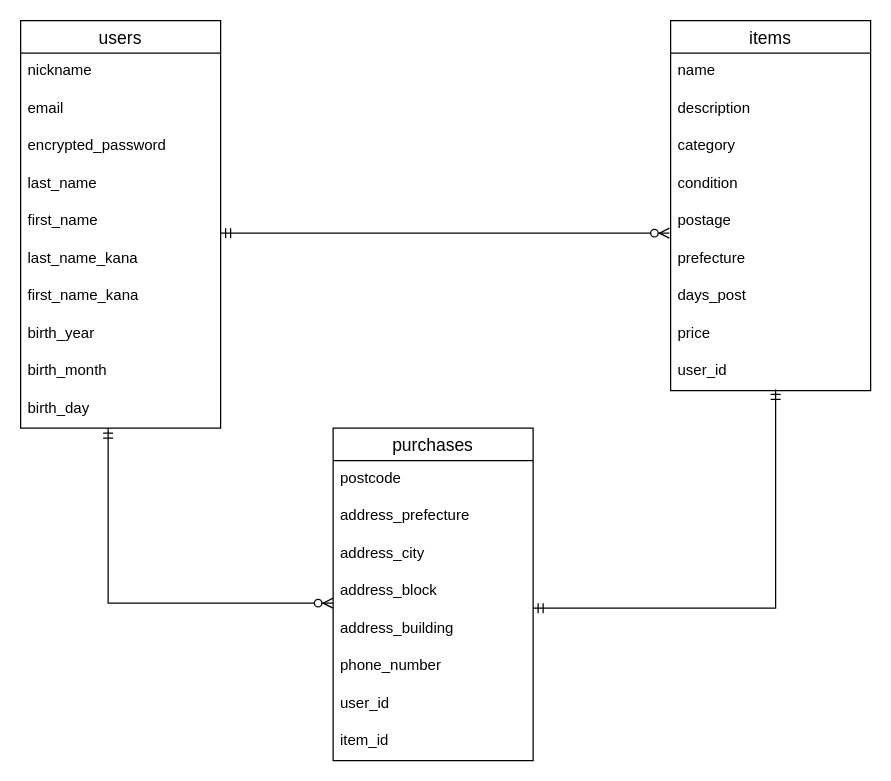
Asami119/furima-37158 keeps this draw.io diagram as page "ページ1" (1 of 2) of er.dio. Above is the earlier version. Source tidied: cells renumbered, new cells numbered last; positions are measured from the earlier drawing's top-left corner, leaving out a move shared by most shapes. Both pictures are drawn from the tidied source at 125%, with x=0, y=0 at pixel (20, 20).
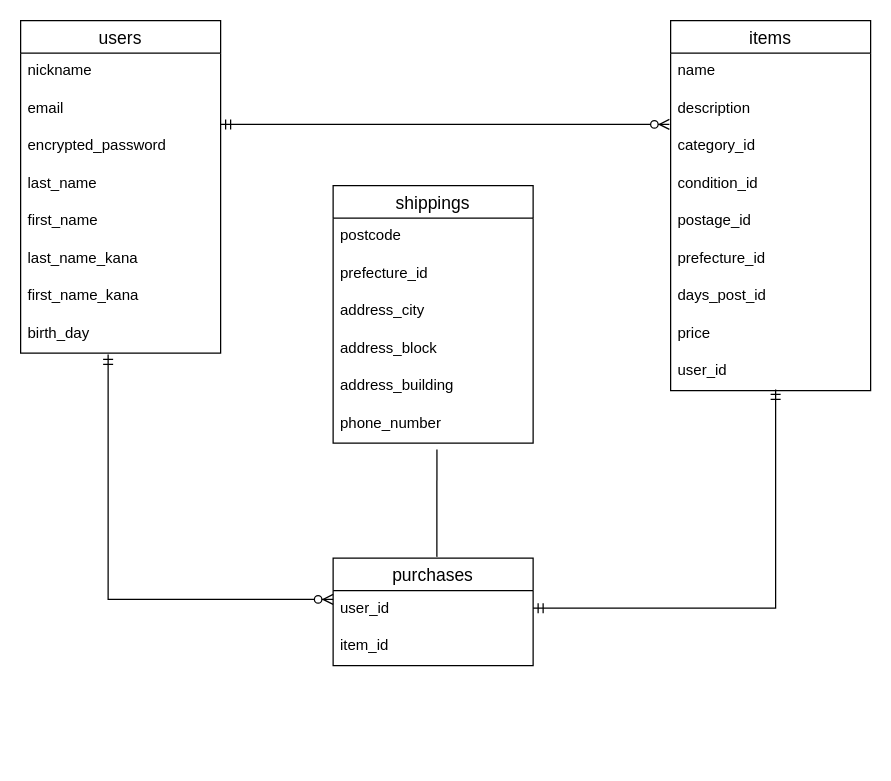
After the change.

Commit message (it also covers changes not shown here):
DB設計（修正5点）

Unchanged cells that the change refers to:
```xml
<mxCell id="13" value="items" style="swimlane;fontStyle=0;horizontal=1;startSize=26;align=center;fontSize=14;" parent="1" vertex="1">
  <mxGeometry x="520" width="160" height="296" as="geometry" />
</mxCell>
<mxCell id="29" value="phone_number" style="text;strokeColor=none;fillColor=none;spacingLeft=4;spacingRight=4;overflow=hidden;points=[[0,0.5],[1,0.5]];portConstraint=eastwest;fontSize=12;" parent="23" vertex="1">
  <mxGeometry y="176" width="160" height="30" as="geometry" />
</mxCell>
```

Diff of the diagram source:
```diff
@@
     <mxCell id="2" value="users" style="swimlane;fontStyle=0;horizontal=1;startSize=26;align=center;fontSize=14;" parent="1" vertex="1">
-      <mxGeometry width="160" height="326" as="geometry" />
+      <mxGeometry width="160" height="266" as="geometry" />
     </mxCell>
@@
-    <mxCell id="10" value="birth_year" style="text;strokeColor=none;fillColor=none;spacingLeft=4;spacingRight=4;overflow=hidden;fontSize=12;" parent="2" vertex="1">
-      <mxGeometry y="236" width="160" height="30" as="geometry" />
-    </mxCell>
-    <mxCell id="11" value="birth_month" style="text;strokeColor=none;fillColor=none;spacingLeft=4;spacingRight=4;overflow=hidden;fontSize=12;" parent="2" vertex="1">
-      <mxGeometry y="266" width="160" height="30" as="geometry" />
-    </mxCell>
     <mxCell id="12" value="birth_day" style="text;strokeColor=none;fillColor=none;spacingLeft=4;spacingRight=4;overflow=hidden;fontSize=12;" parent="2" vertex="1">
-      <mxGeometry y="296" width="160" height="30" as="geometry" />
+      <mxGeometry y="236" width="160" height="30" as="geometry" />
     </mxCell>
@@
-    <mxCell id="16" value="category" style="text;strokeColor=none;fillColor=none;spacingLeft=4;spacingRight=4;overflow=hidden;fontSize=12;" parent="13" vertex="1">
+    <mxCell id="16" value="category_id" style="text;strokeColor=none;fillColor=none;spacingLeft=4;spacingRight=4;overflow=hidden;fontSize=12;" parent="13" vertex="1">
       <mxGeometry y="86" width="160" height="30" as="geometry" />
     </mxCell>
-    <mxCell id="17" value="condition" style="text;strokeColor=none;fillColor=none;spacingLeft=4;spacingRight=4;overflow=hidden;fontSize=12;" parent="13" vertex="1">
+    <mxCell id="17" value="condition_id" style="text;strokeColor=none;fillColor=none;spacingLeft=4;spacingRight=4;overflow=hidden;fontSize=12;" parent="13" vertex="1">
       <mxGeometry y="116" width="160" height="30" as="geometry" />
     </mxCell>
-    <mxCell id="18" value="postage" style="text;strokeColor=none;fillColor=none;spacingLeft=4;spacingRight=4;overflow=hidden;points=[[0,0.5],[1,0.5]];portConstraint=eastwest;fontSize=12;" parent="13" vertex="1">
+    <mxCell id="18" value="postage_id" style="text;strokeColor=none;fillColor=none;spacingLeft=4;spacingRight=4;overflow=hidden;points=[[0,0.5],[1,0.5]];portConstraint=eastwest;fontSize=12;" parent="13" vertex="1">
       <mxGeometry y="146" width="160" height="30" as="geometry" />
     </mxCell>
-    <mxCell id="19" value="prefecture" style="text;strokeColor=none;fillColor=none;spacingLeft=4;spacingRight=4;overflow=hidden;fontSize=12;" parent="13" vertex="1">
+    <mxCell id="19" value="prefecture_id" style="text;strokeColor=none;fillColor=none;spacingLeft=4;spacingRight=4;overflow=hidden;fontSize=12;" parent="13" vertex="1">
       <mxGeometry y="176" width="160" height="30" as="geometry" />
     </mxCell>
-    <mxCell id="20" value="days_post" style="text;strokeColor=none;fillColor=none;spacingLeft=4;spacingRight=4;overflow=hidden;fontSize=12;" parent="13" vertex="1">
+    <mxCell id="20" value="days_post_id" style="text;strokeColor=none;fillColor=none;spacingLeft=4;spacingRight=4;overflow=hidden;fontSize=12;" parent="13" vertex="1">
       <mxGeometry y="206" width="160" height="30" as="geometry" />
     </mxCell>
@@
-    <mxCell id="23" value="purchases" style="swimlane;fontStyle=0;horizontal=1;startSize=26;align=center;fontSize=14;" parent="1" vertex="1">
-      <mxGeometry x="250" y="326" width="160" height="266" as="geometry" />
+    <mxCell id="23" value="shippings" style="swimlane;fontStyle=0;horizontal=1;startSize=26;align=center;fontSize=14;" parent="1" vertex="1">
+      <mxGeometry x="250" y="132" width="160" height="206" as="geometry" />
     </mxCell>
@@
-    <mxCell id="25" value="address_prefecture" style="text;strokeColor=none;fillColor=none;spacingLeft=4;spacingRight=4;overflow=hidden;fontSize=12;" parent="23" vertex="1">
+    <mxCell id="25" value="prefecture_id" style="text;strokeColor=none;fillColor=none;spacingLeft=4;spacingRight=4;overflow=hidden;fontSize=12;" parent="23" vertex="1">
       <mxGeometry y="56" width="160" height="30" as="geometry" />
     </mxCell>
@@
-    <mxCell id="30" value="user_id" style="text;strokeColor=none;fillColor=none;spacingLeft=4;spacingRight=4;overflow=hidden;fontSize=12;" parent="23" vertex="1">
-      <mxGeometry y="206" width="160" height="30" as="geometry" />
-    </mxCell>
-    <mxCell id="31" value="item_id" style="text;strokeColor=none;fillColor=none;spacingLeft=4;spacingRight=4;overflow=hidden;fontSize=12;" parent="23" vertex="1">
-      <mxGeometry y="236" width="160" height="30" as="geometry" />
-    </mxCell>
@@
-    <mxCell id="33" style="edgeStyle=entityRelationEdgeStyle;fontSize=12;html=1;endArrow=ERzeroToMany;startArrow=ERmandOne;rounded=0;horizontal=1;entryX=-0.006;entryY=0.8;entryDx=0;entryDy=0;entryPerimeter=0;" parent="1" edge="1" target="18">
+    <mxCell id="33" style="edgeStyle=entityRelationEdgeStyle;fontSize=12;html=1;endArrow=ERzeroToMany;startArrow=ERmandOne;rounded=0;horizontal=1;entryX=-0.006;entryY=0.8;entryDx=0;entryDy=0;entryPerimeter=0;" parent="1" edge="1">
       <mxGeometry relative="1" as="geometry">
-        <mxPoint x="160" y="170" as="sourcePoint" />
+        <mxPoint x="160" y="83" as="sourcePoint" />
+        <mxPoint x="519" y="83" as="targetPoint" />
       </mxGeometry>
     </mxCell>
     <mxCell id="34" style="fontSize=12;html=1;endArrow=ERzeroToMany;startArrow=ERmandOne;rounded=0;" parent="1" edge="1">
       <mxGeometry relative="1" as="geometry">
-        <mxPoint x="70" y="326" as="sourcePoint" />
-        <mxPoint x="250" y="466" as="targetPoint" />
+        <mxPoint x="70" y="267" as="sourcePoint" />
+        <mxPoint x="250" y="463" as="targetPoint" />
         <Array as="points">
-          <mxPoint x="70" y="466" />
+          <mxPoint x="70" y="463" />
         </Array>
       </mxGeometry>
     </mxCell>
+    <mxCell id="35" value="purchases" style="swimlane;fontStyle=0;horizontal=1;startSize=26;align=center;fontSize=14;" parent="1" vertex="1">
+      <mxGeometry x="250" y="430" width="160" height="86" as="geometry" />
+    </mxCell>
+    <mxCell id="30" value="user_id" style="text;strokeColor=none;fillColor=none;spacingLeft=4;spacingRight=4;overflow=hidden;fontSize=12;" parent="35" vertex="1">
+      <mxGeometry y="26" width="160" height="30" as="geometry" />
+    </mxCell>
+    <mxCell id="31" value="item_id" style="text;strokeColor=none;fillColor=none;spacingLeft=4;spacingRight=4;overflow=hidden;fontSize=12;" parent="35" vertex="1">
+      <mxGeometry y="56" width="160" height="30" as="geometry" />
+    </mxCell>
+    <mxCell id="36" style="endArrow=none;html=1;rounded=0;exitX=0.519;exitY=1.167;exitDx=0;exitDy=0;exitPerimeter=0;" parent="1" edge="1" source="29">
+      <mxGeometry relative="1" as="geometry">
+        <mxPoint x="333" y="429" as="targetPoint" />
+        <Array as="points">
+          <mxPoint x="333" y="429" />
+        </Array>
+      </mxGeometry>
+    </mxCell>
```
